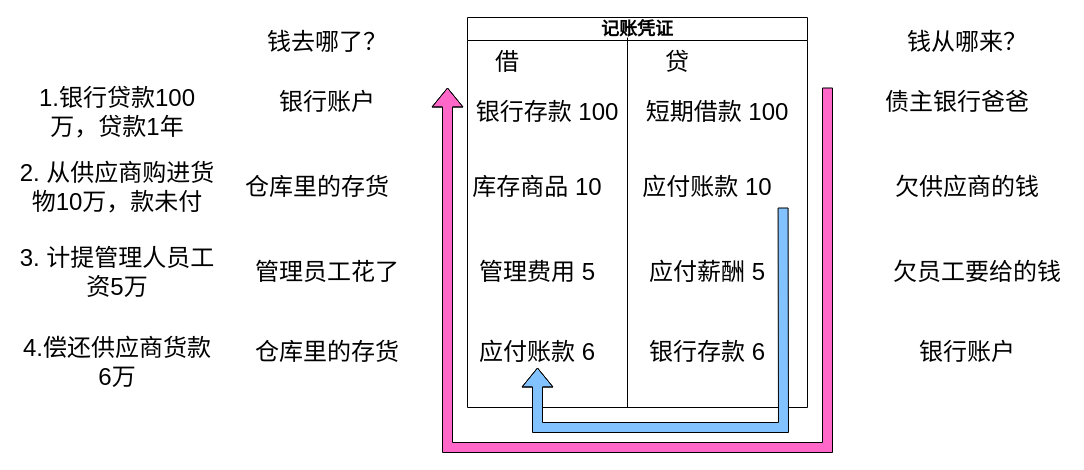
Above: page "Page-4" (4 of 4) of Untitled Diagram.drawio in Jancis-Liang/drawio (draw.io), before the change. Source tidied: cells renumbered, new cells numbered last; positions are measured from the earlier drawing's top-left corner, leaving out a move shared by most shapes. Both pictures are drawn from the tidied source at 100%, with x=0, y=0 at pixel (17, 17).
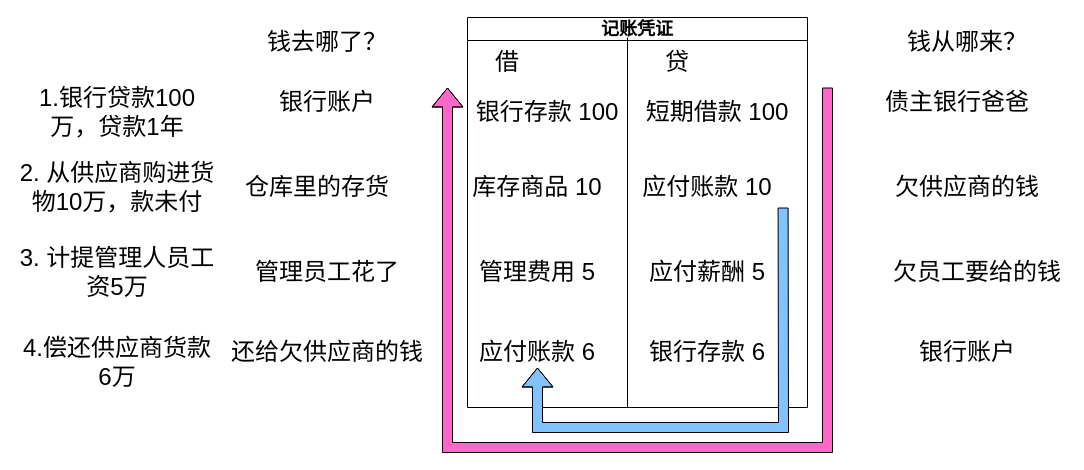
The same page after the edit.

The edit, as a diff of the source:
```diff
@@
-    <mxCell id="29" value="&lt;span style=&quot;font-size: 24px;&quot;&gt;仓库里的存货&lt;/span&gt;" style="text;html=1;whiteSpace=wrap;strokeColor=none;fillColor=none;align=center;verticalAlign=middle;rounded=0;" parent="1" vertex="1">
-      <mxGeometry x="230" y="320" width="160" height="30" as="geometry" />
+    <mxCell id="29" value="&lt;span style=&quot;font-size: 24px;&quot;&gt;还给欠供应商的钱&lt;/span&gt;" style="text;html=1;whiteSpace=wrap;strokeColor=none;fillColor=none;align=center;verticalAlign=middle;rounded=0;" parent="1" vertex="1">
+      <mxGeometry x="210" y="320" width="200" height="30" as="geometry" />
     </mxCell>
```
